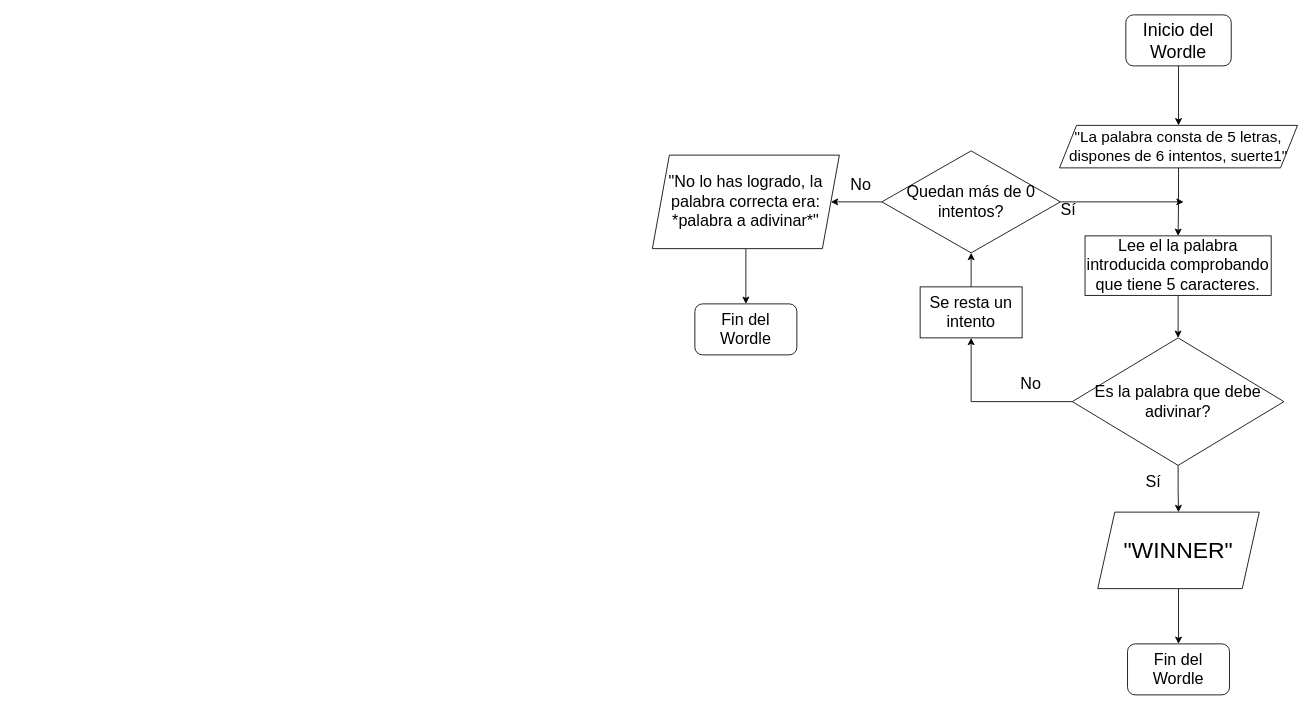
Above: Wordle.drawio in AlejandroMFGithub/FlujoWordle (draw.io), before the change. Source tidied: cells renumbered, new cells numbered last; positions are measured from the earlier drawing's top-left corner, leaving out a move shared by most shapes. Both pictures are drawn from the tidied source at 85%, with x=0, y=0 at pixel (652, 14).
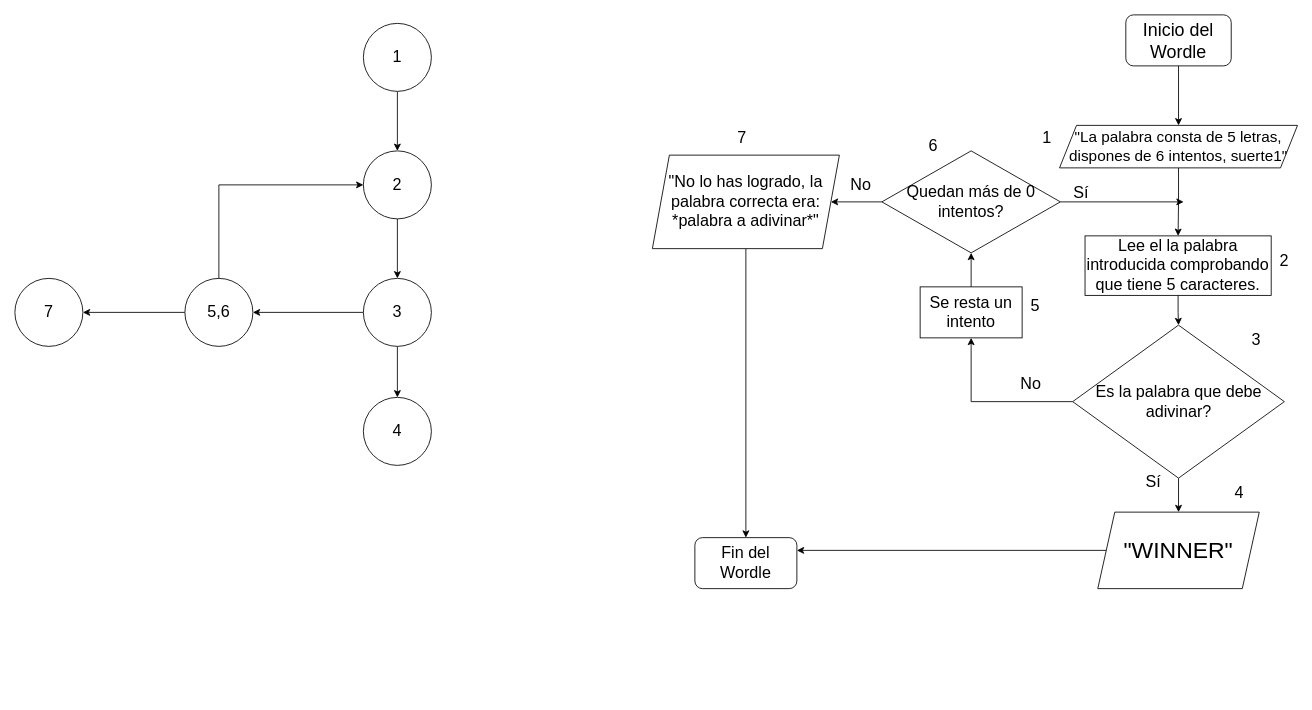
The same diagram, later.

Unchanged cells that the change refers to:
```xml
<mxCell id="24" value="&lt;font style=&quot;font-size: 27px;&quot;&gt;&quot;WINNER&quot;&lt;/font&gt;" style="shape=parallelogram;perimeter=parallelogramPerimeter;whiteSpace=wrap;html=1;fixedSize=1;" parent="1" vertex="1">
  <mxGeometry x="524" y="585" width="190" height="90" as="geometry" />
</mxCell>
```

The edit, as a diff of the source:
```diff
@@
     <mxCell id="10" value="&lt;font style=&quot;font-size: 19px;&quot;&gt;Es la palabra que debe adivinar?&lt;/font&gt;" style="rhombus;whiteSpace=wrap;html=1;" parent="1" vertex="1">
-      <mxGeometry x="494" y="380" width="249" height="150" as="geometry" />
+      <mxGeometry x="494.5" y="365" width="249" height="180" as="geometry" />
     </mxCell>
@@
     <mxCell id="18" value="&lt;font style=&quot;font-size: 19px;&quot;&gt;Sí&lt;/font&gt;" style="text;html=1;align=center;verticalAlign=middle;strokeColor=none;fillColor=none;" parent="1" vertex="1">
-      <mxGeometry x="469" y="210" width="40" height="40" as="geometry" />
+      <mxGeometry x="484" y="190" width="40" height="40" as="geometry" />
     </mxCell>
@@
     <mxCell id="21" value="&lt;font style=&quot;font-size: 19px;&quot;&gt;Fin del Wordle&lt;/font&gt;" style="rounded=1;whiteSpace=wrap;html=1;" parent="1" vertex="1">
-      <mxGeometry x="50" y="340" width="120" height="60" as="geometry" />
+      <mxGeometry x="50" y="615" width="120" height="60" as="geometry" />
     </mxCell>
@@
-    <mxCell id="23" style="edgeStyle=orthogonalEdgeStyle;rounded=0;jettySize=auto;html=1;entryX=0.5;entryY=0;entryDx=0;entryDy=0;" parent="1" edge="1" source="24" target="26">
+    <mxCell id="23" style="edgeStyle=orthogonalEdgeStyle;rounded=0;jettySize=auto;html=1;entryX=1;entryY=0.25;entryDx=0;entryDy=0;" parent="1" edge="1" source="24" target="21">
       <mxGeometry relative="1" as="geometry" />
     </mxCell>
@@
-    <mxCell id="26" value="&lt;font style=&quot;font-size: 19px;&quot;&gt;Fin del Wordle&lt;/font&gt;" style="rounded=1;whiteSpace=wrap;html=1;" parent="1" vertex="1">
-      <mxGeometry x="559" y="740" width="120" height="60" as="geometry" />
-    </mxCell>
+    <mxCell id="27" style="edgeStyle=orthogonalEdgeStyle;rounded=0;jettySize=auto;html=1;" parent="1" edge="1" source="28" target="30">
+      <mxGeometry relative="1" as="geometry" />
+    </mxCell>
+    <mxCell id="28" value="&lt;font style=&quot;font-size: 19px;&quot;&gt;1&lt;/font&gt;" style="ellipse;whiteSpace=wrap;html=1;" parent="1" vertex="1">
+      <mxGeometry x="-340" y="10" width="80" height="80" as="geometry" />
+    </mxCell>
+    <mxCell id="29" style="edgeStyle=orthogonalEdgeStyle;rounded=0;jettySize=auto;html=1;" parent="1" edge="1" source="30" target="33">
+      <mxGeometry relative="1" as="geometry" />
+    </mxCell>
+    <mxCell id="30" value="&lt;font style=&quot;font-size: 19px;&quot;&gt;2&lt;/font&gt;" style="ellipse;whiteSpace=wrap;html=1;" parent="1" vertex="1">
+      <mxGeometry x="-340" y="160" width="80" height="80" as="geometry" />
+    </mxCell>
+    <mxCell id="31" style="edgeStyle=orthogonalEdgeStyle;rounded=0;jettySize=auto;html=1;" parent="1" edge="1" source="33" target="38">
+      <mxGeometry relative="1" as="geometry" />
+    </mxCell>
+    <mxCell id="32" style="edgeStyle=orthogonalEdgeStyle;rounded=0;jettySize=auto;html=1;" parent="1" edge="1" source="33" target="35">
+      <mxGeometry relative="1" as="geometry" />
+    </mxCell>
+    <mxCell id="33" value="&lt;font style=&quot;font-size: 19px;&quot;&gt;3&lt;/font&gt;" style="ellipse;whiteSpace=wrap;html=1;" parent="1" vertex="1">
+      <mxGeometry x="-340" y="310" width="80" height="80" as="geometry" />
+    </mxCell>
+    <mxCell id="34" style="edgeStyle=orthogonalEdgeStyle;rounded=0;orthogonalLoop=1;jettySize=auto;html=1;exitX=0.5;exitY=1;exitDx=0;exitDy=0;" parent="1" edge="1" source="33" target="33">
+      <mxGeometry relative="1" as="geometry" />
+    </mxCell>
+    <mxCell id="35" value="&lt;font style=&quot;font-size: 19px;&quot;&gt;4&lt;/font&gt;" style="ellipse;whiteSpace=wrap;html=1;" parent="1" vertex="1">
+      <mxGeometry x="-340" y="450" width="80" height="80" as="geometry" />
+    </mxCell>
+    <mxCell id="36" style="edgeStyle=orthogonalEdgeStyle;rounded=0;jettySize=auto;html=1;entryX=0;entryY=0.5;entryDx=0;entryDy=0;" parent="1" edge="1" source="38" target="30">
+      <mxGeometry relative="1" as="geometry">
+        <Array as="points">
+          <mxPoint x="-510" y="200" />
+        </Array>
+      </mxGeometry>
+    </mxCell>
+    <mxCell id="37" style="edgeStyle=orthogonalEdgeStyle;rounded=0;jettySize=auto;html=1;" parent="1" edge="1" source="38" target="39">
+      <mxGeometry relative="1" as="geometry" />
+    </mxCell>
+    <mxCell id="38" value="&lt;font style=&quot;font-size: 19px;&quot;&gt;5,6&lt;/font&gt;" style="ellipse;whiteSpace=wrap;html=1;" parent="1" vertex="1">
+      <mxGeometry x="-550" y="310" width="80" height="80" as="geometry" />
+    </mxCell>
+    <mxCell id="39" value="&lt;font style=&quot;font-size: 19px;&quot;&gt;7&lt;/font&gt;" style="ellipse;whiteSpace=wrap;html=1;" parent="1" vertex="1">
+      <mxGeometry x="-750" y="310" width="80" height="80" as="geometry" />
+    </mxCell>
+    <mxCell id="40" value="&lt;font style=&quot;font-size: 19px;&quot;&gt;1&lt;/font&gt;" style="text;html=1;align=center;verticalAlign=middle;strokeColor=none;fillColor=none;" parent="1" vertex="1">
+      <mxGeometry x="449" y="125" width="30" height="40" as="geometry" />
+    </mxCell>
+    <mxCell id="41" value="&lt;font style=&quot;font-size: 19px;&quot;&gt;2&lt;/font&gt;" style="text;html=1;align=center;verticalAlign=middle;strokeColor=none;fillColor=none;" parent="1" vertex="1">
+      <mxGeometry x="728" y="270" width="30" height="40" as="geometry" />
+    </mxCell>
+    <mxCell id="42" value="&lt;font style=&quot;font-size: 19px;&quot;&gt;3&lt;/font&gt;" style="text;html=1;align=center;verticalAlign=middle;strokeColor=none;fillColor=none;" parent="1" vertex="1">
+      <mxGeometry x="695" y="363" width="30" height="40" as="geometry" />
+    </mxCell>
+    <mxCell id="43" value="&lt;font style=&quot;font-size: 19px;&quot;&gt;4&lt;/font&gt;" style="text;html=1;align=center;verticalAlign=middle;strokeColor=none;fillColor=none;" parent="1" vertex="1">
+      <mxGeometry x="675" y="543" width="30" height="40" as="geometry" />
+    </mxCell>
+    <mxCell id="44" value="&lt;font style=&quot;font-size: 19px;&quot;&gt;5&lt;/font&gt;" style="text;html=1;align=center;verticalAlign=middle;strokeColor=none;fillColor=none;" parent="1" vertex="1">
+      <mxGeometry x="435" y="323" width="30" height="40" as="geometry" />
+    </mxCell>
+    <mxCell id="45" value="&lt;font style=&quot;font-size: 19px;&quot;&gt;6&lt;/font&gt;" style="text;html=1;align=center;verticalAlign=middle;strokeColor=none;fillColor=none;" parent="1" vertex="1">
+      <mxGeometry x="315" y="135" width="30" height="40" as="geometry" />
+    </mxCell>
+    <mxCell id="46" value="&lt;font style=&quot;font-size: 19px;&quot;&gt;7&lt;/font&gt;" style="text;html=1;align=center;verticalAlign=middle;strokeColor=none;fillColor=none;" parent="1" vertex="1">
+      <mxGeometry x="90" y="125" width="30" height="40" as="geometry" />
+    </mxCell>
```
